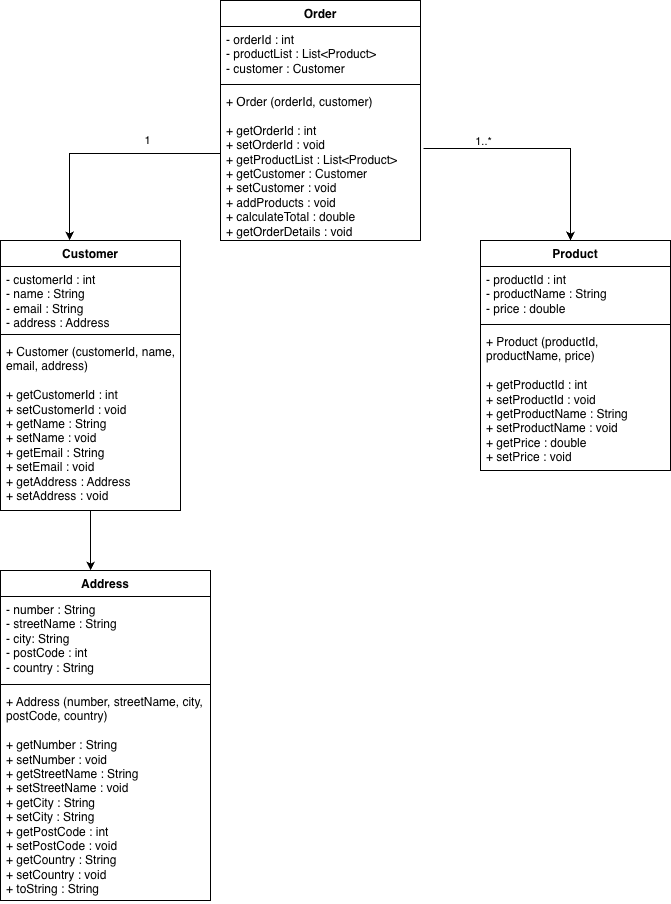
SangeethaNachimuthu/SimpleOnlineShop keeps this draw.io diagram as uml-diagram-onlineShop.drawio.png. Above is the earlier version. Source tidied: cells renumbered, new cells last; positions are measured from the earlier drawing's top-left corner, leaving out a move shared by most shapes.
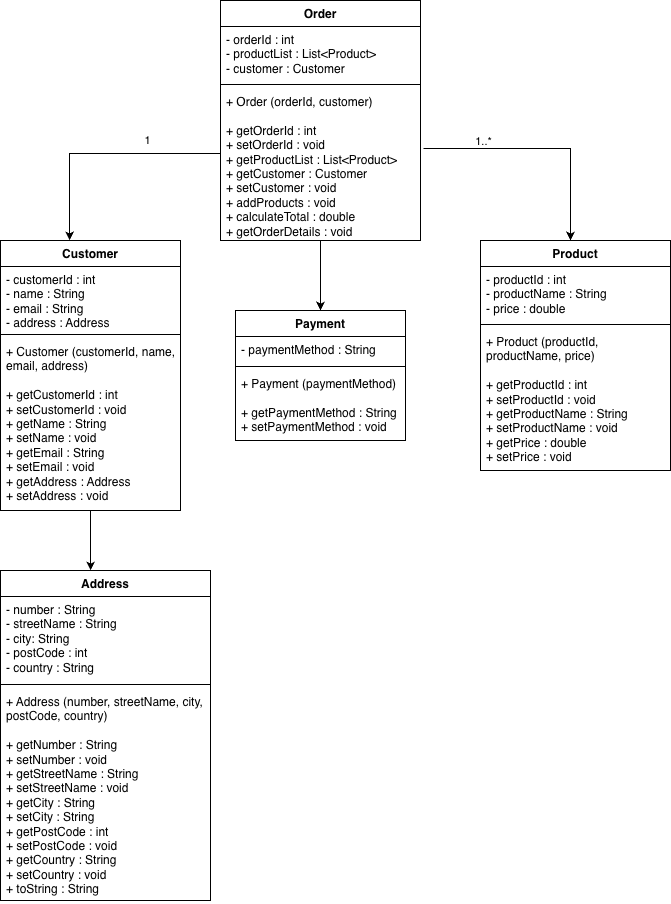
Above is the later version.

Commit message:
update class diagram

What changed in the source:
```diff
@@ -26,6 +26,9 @@
     <mxCell id="9" value="+ Product (productId, productName, price)&lt;div&gt;&lt;br&gt;&lt;/div&gt;&lt;div&gt;+ getProductId : int&lt;/div&gt;&lt;div&gt;+ setProductId : void&lt;/div&gt;&lt;div&gt;+ getProductName : String&lt;/div&gt;&lt;div&gt;+ setProductName : void&lt;/div&gt;&lt;div&gt;+ getPrice : double&lt;/div&gt;&lt;div&gt;+ setPrice : void&lt;/div&gt;" style="text;strokeColor=none;fillColor=none;align=left;verticalAlign=top;spacingLeft=4;spacingRight=4;overflow=hidden;whiteSpace=wrap;html=1;" parent="6" vertex="1">
       <mxGeometry y="88" width="190" height="142" as="geometry" />
     </mxCell>
+    <mxCell id="23" style="edgeStyle=orthogonalEdgeStyle;rounded=0;jettySize=auto;html=1;entryX=0.5;entryY=0;entryDx=0;entryDy=0;" parent="1" edge="1" source="10" target="24">
+      <mxGeometry relative="1" as="geometry" />
+    </mxCell>
     <mxCell id="10" value="Order" style="swimlane;fontStyle=1;align=center;verticalAlign=top;horizontal=1;startSize=26;whiteSpace=wrap;html=1;" parent="1" vertex="1">
       <mxGeometry x="220" width="200" height="240" as="geometry" />
     </mxCell>
@@ -78,5 +81,17 @@
     <mxCell id="22" style="edgeStyle=orthogonalEdgeStyle;rounded=0;jettySize=auto;html=1;entryX=0.429;entryY=0;entryDx=0;entryDy=0;entryPerimeter=0;" parent="1" edge="1" source="2" target="18">
       <mxGeometry relative="1" as="geometry" />
     </mxCell>
+    <mxCell id="24" value="Payment" style="swimlane;fontStyle=1;align=center;verticalAlign=top;horizontal=1;startSize=26;whiteSpace=wrap;html=1;" parent="1" vertex="1">
+      <mxGeometry x="235" y="310" width="170" height="130" as="geometry" />
+    </mxCell>
+    <mxCell id="25" value="- paymentMethod : String" style="text;strokeColor=none;fillColor=none;align=left;verticalAlign=top;spacingLeft=4;spacingRight=4;overflow=hidden;whiteSpace=wrap;html=1;" parent="24" vertex="1">
+      <mxGeometry y="26" width="170" height="26" as="geometry" />
+    </mxCell>
+    <mxCell id="26" style="line;strokeWidth=1;fillColor=none;align=left;verticalAlign=middle;spacingTop=-1;spacingLeft=3;spacingRight=3;labelPosition=right;strokeColor=inherit;" parent="24" vertex="1">
+      <mxGeometry y="52" width="170" height="8" as="geometry" />
+    </mxCell>
+    <mxCell id="27" value="+ Payment (paymentMethod)&lt;div&gt;&lt;br&gt;&lt;/div&gt;&lt;div&gt;+ getPaymentMethod : String&lt;/div&gt;&lt;div&gt;+ setPaymentMethod : void&lt;/div&gt;" style="text;strokeColor=none;fillColor=none;align=left;verticalAlign=top;spacingLeft=4;spacingRight=4;overflow=hidden;whiteSpace=wrap;html=1;" parent="24" vertex="1">
+      <mxGeometry y="60" width="170" height="70" as="geometry" />
+    </mxCell>
   </root>
 </mxGraphModel>
```
